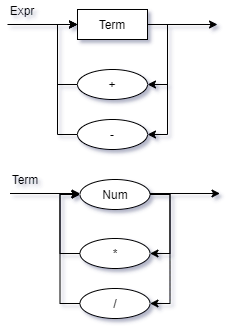
Earlier version of the draw.io export Diagrama-sintatico.png (LiuSeeker/Compilador). Source tidied: cells renumbered, new cells last; positions are measured from the earlier drawing's top-left corner, leaving out a move shared by most shapes.
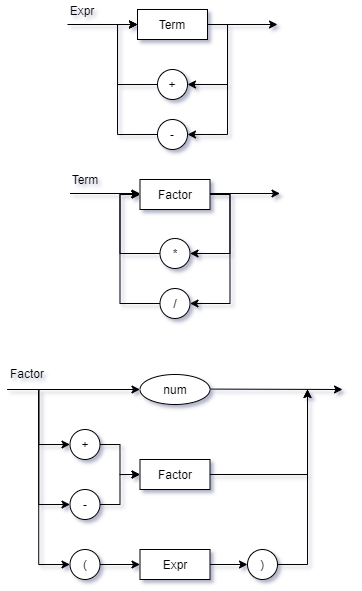
After the commit.

Diff of the diagram source:
```diff
@@ -9,68 +9,144 @@
       <mxGeometry relative="1" as="geometry" />
     </mxCell>
     <mxCell id="4" value="Term" style="rounded=0;whiteSpace=wrap;html=1;" parent="1" vertex="1">
-      <mxGeometry x="75" y="9" width="70" height="30" as="geometry" />
+      <mxGeometry x="55" y="9" width="70" height="30" as="geometry" />
     </mxCell>
     <mxCell id="5" style="edgeStyle=orthogonalEdgeStyle;rounded=0;jettySize=auto;html=1;exitX=0;exitY=0.5;exitDx=0;exitDy=0;entryX=0;entryY=0.5;entryDx=0;entryDy=0;" parent="1" edge="1" source="6" target="4">
       <mxGeometry relative="1" as="geometry" />
     </mxCell>
     <mxCell id="6" value="+" style="ellipse;whiteSpace=wrap;html=1;" parent="1" vertex="1">
-      <mxGeometry x="75" y="69" width="70" height="30" as="geometry" />
+      <mxGeometry x="75" y="69" width="30" height="30" as="geometry" />
     </mxCell>
     <mxCell id="7" style="edgeStyle=orthogonalEdgeStyle;rounded=0;jettySize=auto;html=1;exitX=0;exitY=0.5;exitDx=0;exitDy=0;entryX=0;entryY=0.5;entryDx=0;entryDy=0;" parent="1" edge="1" source="8" target="4">
       <mxGeometry relative="1" as="geometry" />
     </mxCell>
     <mxCell id="8" value="-" style="ellipse;whiteSpace=wrap;html=1;" parent="1" vertex="1">
-      <mxGeometry x="75" y="119" width="70" height="30" as="geometry" />
+      <mxGeometry x="75" y="119" width="30" height="30" as="geometry" />
     </mxCell>
     <mxCell id="9" style="endArrow=classic;html=1;entryX=0;entryY=0.5;entryDx=0;entryDy=0;" parent="1" edge="1" target="4">
       <mxGeometry relative="1" as="geometry">
-        <mxPoint x="5" y="24" as="sourcePoint" />
+        <mxPoint x="-15" y="24" as="sourcePoint" />
       </mxGeometry>
     </mxCell>
     <mxCell id="10" style="endArrow=classic;html=1;exitX=1;exitY=0.5;exitDx=0;exitDy=0;" parent="1" edge="1" source="4">
       <mxGeometry relative="1" as="geometry">
-        <mxPoint x="215" y="24" as="targetPoint" />
+        <mxPoint x="195" y="24" as="targetPoint" />
       </mxGeometry>
     </mxCell>
     <mxCell id="11" value="Expr" style="text;html=1;strokeColor=none;fillColor=none;align=center;verticalAlign=middle;whiteSpace=wrap;rounded=0;" parent="1" vertex="1">
-      <mxGeometry width="40" height="20" as="geometry" />
+      <mxGeometry x="-20" width="40" height="20" as="geometry" />
     </mxCell>
-    <mxCell id="12" style="edgeStyle=orthogonalEdgeStyle;rounded=0;jettySize=auto;html=1;exitX=0;exitY=0.5;exitDx=0;exitDy=0;entryX=0;entryY=0.5;entryDx=0;entryDy=0;" parent="1" edge="1" source="13" target="21">
-      <mxGeometry relative="1" as="geometry" />
-    </mxCell>
+    <mxCell id="22" style="edgeStyle=orthogonalEdgeStyle;rounded=0;jettySize=auto;html=1;exitX=0;exitY=0.5;exitDx=0;exitDy=0;entryX=0;entryY=0.5;entryDx=0;entryDy=0;" parent="1" edge="1" source="13" target="26">
+      <mxGeometry relative="1" as="geometry" />
+    </mxCell>
     <mxCell id="13" value="*" style="ellipse;whiteSpace=wrap;html=1;" parent="1" vertex="1">
-      <mxGeometry x="77.5" y="238" width="70" height="30" as="geometry" />
+      <mxGeometry x="77.5" y="238" width="30" height="30" as="geometry" />
     </mxCell>
-    <mxCell id="14" style="edgeStyle=orthogonalEdgeStyle;rounded=0;jettySize=auto;html=1;exitX=0;exitY=0.5;exitDx=0;exitDy=0;entryX=0;entryY=0.5;entryDx=0;entryDy=0;" parent="1" edge="1" source="15" target="21">
-      <mxGeometry relative="1" as="geometry" />
-    </mxCell>
+    <mxCell id="23" style="edgeStyle=orthogonalEdgeStyle;rounded=0;jettySize=auto;html=1;exitX=0;exitY=0.5;exitDx=0;exitDy=0;entryX=0;entryY=0.5;entryDx=0;entryDy=0;" parent="1" edge="1" source="15" target="26">
+      <mxGeometry relative="1" as="geometry" />
+    </mxCell>
     <mxCell id="15" value="/" style="ellipse;whiteSpace=wrap;html=1;" parent="1" vertex="1">
-      <mxGeometry x="77.5" y="288" width="70" height="30" as="geometry" />
+      <mxGeometry x="77.5" y="288" width="30" height="30" as="geometry" />
     </mxCell>
     <mxCell id="16" style="endArrow=classic;html=1;entryX=0;entryY=0.5;entryDx=0;entryDy=0;" parent="1" edge="1">
       <mxGeometry relative="1" as="geometry">
-        <mxPoint x="7.5" y="193" as="sourcePoint" />
-        <mxPoint x="77.5" y="193" as="targetPoint" />
+        <mxPoint x="-12.5" y="193" as="sourcePoint" />
+        <mxPoint x="57.5" y="193" as="targetPoint" />
       </mxGeometry>
     </mxCell>
     <mxCell id="17" style="endArrow=classic;html=1;exitX=1;exitY=0.5;exitDx=0;exitDy=0;" parent="1" edge="1">
       <mxGeometry relative="1" as="geometry">
-        <mxPoint x="147.5" y="193" as="sourcePoint" />
-        <mxPoint x="217.5" y="193" as="targetPoint" />
+        <mxPoint x="127.5" y="193" as="sourcePoint" />
+        <mxPoint x="197.5" y="193" as="targetPoint" />
       </mxGeometry>
     </mxCell>
     <mxCell id="18" value="Term" style="text;html=1;strokeColor=none;fillColor=none;align=center;verticalAlign=middle;whiteSpace=wrap;rounded=0;" parent="1" vertex="1">
-      <mxGeometry x="2.5" y="169" width="40" height="20" as="geometry" />
+      <mxGeometry x="-17.5" y="169" width="40" height="20" as="geometry" />
     </mxCell>
-    <mxCell id="19" style="edgeStyle=orthogonalEdgeStyle;rounded=0;jettySize=auto;html=1;exitX=1;exitY=0.5;exitDx=0;exitDy=0;entryX=1;entryY=0.5;entryDx=0;entryDy=0;" parent="1" edge="1" source="21" target="13">
-      <mxGeometry relative="1" as="geometry" />
-    </mxCell>
-    <mxCell id="20" style="edgeStyle=orthogonalEdgeStyle;rounded=0;jettySize=auto;html=1;exitX=1;exitY=0.5;exitDx=0;exitDy=0;entryX=1;entryY=0.5;entryDx=0;entryDy=0;" parent="1" edge="1" source="21" target="15">
-      <mxGeometry relative="1" as="geometry" />
-    </mxCell>
-    <mxCell id="21" value="Num" style="ellipse;whiteSpace=wrap;html=1;" parent="1" vertex="1">
-      <mxGeometry x="77.5" y="179" width="70" height="30" as="geometry" />
-    </mxCell>
+    <mxCell id="24" style="edgeStyle=orthogonalEdgeStyle;rounded=0;jettySize=auto;html=1;exitX=1;exitY=0.5;exitDx=0;exitDy=0;entryX=1;entryY=0.5;entryDx=0;entryDy=0;" parent="1" edge="1" source="26" target="13">
+      <mxGeometry relative="1" as="geometry" />
+    </mxCell>
+    <mxCell id="25" style="edgeStyle=orthogonalEdgeStyle;rounded=0;jettySize=auto;html=1;exitX=1;exitY=0.5;exitDx=0;exitDy=0;entryX=1;entryY=0.5;entryDx=0;entryDy=0;" parent="1" edge="1" source="26" target="15">
+      <mxGeometry relative="1" as="geometry" />
+    </mxCell>
+    <mxCell id="26" value="Factor" style="rounded=0;whiteSpace=wrap;html=1;" parent="1" vertex="1">
+      <mxGeometry x="57.5" y="179" width="70" height="30" as="geometry" />
+    </mxCell>
+    <mxCell id="27" value="num" style="ellipse;whiteSpace=wrap;html=1;" parent="1" vertex="1">
+      <mxGeometry x="57.5" y="374" width="70" height="30" as="geometry" />
+    </mxCell>
+    <mxCell id="28" style="edgeStyle=orthogonalEdgeStyle;rounded=0;jettySize=auto;html=1;exitX=1;exitY=0.5;exitDx=0;exitDy=0;" parent="1" edge="1" source="29">
+      <mxGeometry relative="1" as="geometry">
+        <mxPoint x="225" y="389" as="targetPoint" />
+        <Array as="points">
+          <mxPoint x="225" y="474" />
+          <mxPoint x="225" y="389" />
+        </Array>
+      </mxGeometry>
+    </mxCell>
+    <mxCell id="29" value="Factor" style="rounded=0;whiteSpace=wrap;html=1;" parent="1" vertex="1">
+      <mxGeometry x="57.5" y="459" width="70" height="30" as="geometry" />
+    </mxCell>
+    <mxCell id="30" style="edgeStyle=orthogonalEdgeStyle;rounded=0;jettySize=auto;html=1;exitX=1;exitY=0.5;exitDx=0;exitDy=0;entryX=0;entryY=0.5;entryDx=0;entryDy=0;" parent="1" edge="1" source="31" target="40">
+      <mxGeometry relative="1" as="geometry" />
+    </mxCell>
+    <mxCell id="31" value="Expr" style="rounded=0;whiteSpace=wrap;html=1;" parent="1" vertex="1">
+      <mxGeometry x="57.5" y="549" width="70" height="30" as="geometry" />
+    </mxCell>
+    <mxCell id="32" style="edgeStyle=orthogonalEdgeStyle;rounded=0;jettySize=auto;html=1;exitX=1;exitY=0.5;exitDx=0;exitDy=0;entryX=0;entryY=0.5;entryDx=0;entryDy=0;" parent="1" edge="1" source="33" target="29">
+      <mxGeometry relative="1" as="geometry" />
+    </mxCell>
+    <mxCell id="33" value="+" style="ellipse;whiteSpace=wrap;html=1;" parent="1" vertex="1">
+      <mxGeometry x="-12.5" y="429" width="30" height="30" as="geometry" />
+    </mxCell>
+    <mxCell id="34" style="edgeStyle=orthogonalEdgeStyle;rounded=0;jettySize=auto;html=1;exitX=1;exitY=0.5;exitDx=0;exitDy=0;entryX=0;entryY=0.5;entryDx=0;entryDy=0;" parent="1" edge="1" source="35" target="29">
+      <mxGeometry relative="1" as="geometry" />
+    </mxCell>
+    <mxCell id="35" value="-" style="ellipse;whiteSpace=wrap;html=1;" parent="1" vertex="1">
+      <mxGeometry x="-12.5" y="489" width="30" height="30" as="geometry" />
+    </mxCell>
+    <mxCell id="36" style="endArrow=classic;html=1;entryX=0;entryY=0.5;entryDx=0;entryDy=0;exitX=1;exitY=0.5;exitDx=0;exitDy=0;" parent="1" edge="1" target="27">
+      <mxGeometry relative="1" as="geometry">
+        <mxPoint x="-75" y="389" as="sourcePoint" />
+      </mxGeometry>
+    </mxCell>
+    <mxCell id="37" style="edgeStyle=orthogonalEdgeStyle;rounded=0;jettySize=auto;html=1;exitX=1;exitY=0.5;exitDx=0;exitDy=0;entryX=0;entryY=0.5;entryDx=0;entryDy=0;" parent="1" edge="1" source="38" target="31">
+      <mxGeometry relative="1" as="geometry" />
+    </mxCell>
+    <mxCell id="38" value="(" style="ellipse;whiteSpace=wrap;html=1;" parent="1" vertex="1">
+      <mxGeometry x="-12.5" y="549" width="30" height="30" as="geometry" />
+    </mxCell>
+    <mxCell id="39" style="edgeStyle=orthogonalEdgeStyle;rounded=0;jettySize=auto;html=1;exitX=1;exitY=0.5;exitDx=0;exitDy=0;" parent="1" edge="1" source="40">
+      <mxGeometry relative="1" as="geometry">
+        <mxPoint x="225" y="389" as="targetPoint" />
+      </mxGeometry>
+    </mxCell>
+    <mxCell id="40" value=")" style="ellipse;whiteSpace=wrap;html=1;" parent="1" vertex="1">
+      <mxGeometry x="165" y="549" width="30" height="30" as="geometry" />
+    </mxCell>
+    <mxCell id="41" style="endArrow=classic;html=1;" parent="1" edge="1">
+      <mxGeometry relative="1" as="geometry">
+        <mxPoint x="127.5" y="388.6" as="sourcePoint" />
+        <mxPoint x="260" y="389" as="targetPoint" />
+      </mxGeometry>
+    </mxCell>
+    <mxCell id="42" style="edgeStyle=orthogonalEdgeStyle;rounded=0;jettySize=auto;html=1;exitX=1;exitY=0.5;exitDx=0;exitDy=0;entryX=0;entryY=0.5;entryDx=0;entryDy=0;" parent="1" edge="1" target="33">
+      <mxGeometry relative="1" as="geometry">
+        <mxPoint x="-75" y="389" as="sourcePoint" />
+      </mxGeometry>
+    </mxCell>
+    <mxCell id="43" style="edgeStyle=orthogonalEdgeStyle;rounded=0;jettySize=auto;html=1;exitX=1;exitY=0.5;exitDx=0;exitDy=0;entryX=0;entryY=0.5;entryDx=0;entryDy=0;" parent="1" edge="1" target="35">
+      <mxGeometry relative="1" as="geometry">
+        <mxPoint x="-75" y="389" as="sourcePoint" />
+      </mxGeometry>
+    </mxCell>
+    <mxCell id="44" style="edgeStyle=orthogonalEdgeStyle;rounded=0;jettySize=auto;html=1;exitX=1;exitY=0.5;exitDx=0;exitDy=0;entryX=0;entryY=0.5;entryDx=0;entryDy=0;" parent="1" edge="1" target="38">
+      <mxGeometry relative="1" as="geometry">
+        <mxPoint x="-75" y="389" as="sourcePoint" />
+      </mxGeometry>
+    </mxCell>
+    <mxCell id="45" value="Factor" style="text;html=1;strokeColor=none;fillColor=none;align=center;verticalAlign=middle;whiteSpace=wrap;rounded=0;" parent="1" vertex="1">
+      <mxGeometry x="-75" y="363" width="40" height="20" as="geometry" />
+    </mxCell>
   </root>
 </mxGraphModel>
```
